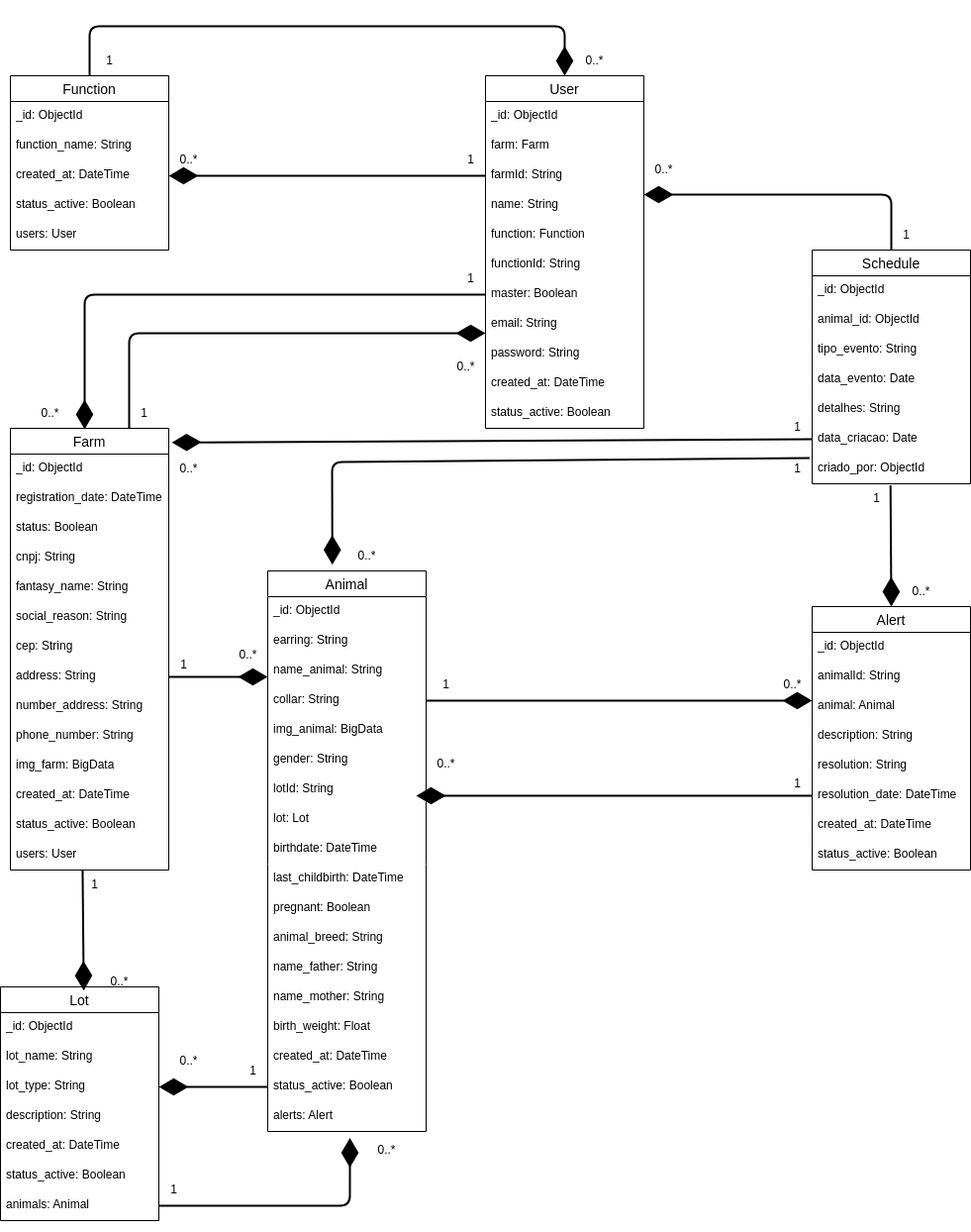
FatecFranca/DSM-G05-PI3-2024-2 keeps this draw.io diagram as docs/NoAM.png. Above is the earlier version. Source tidied: cells renumbered, new cells last; positions are measured from the earlier drawing's top-left corner, leaving out a move shared by most shapes.
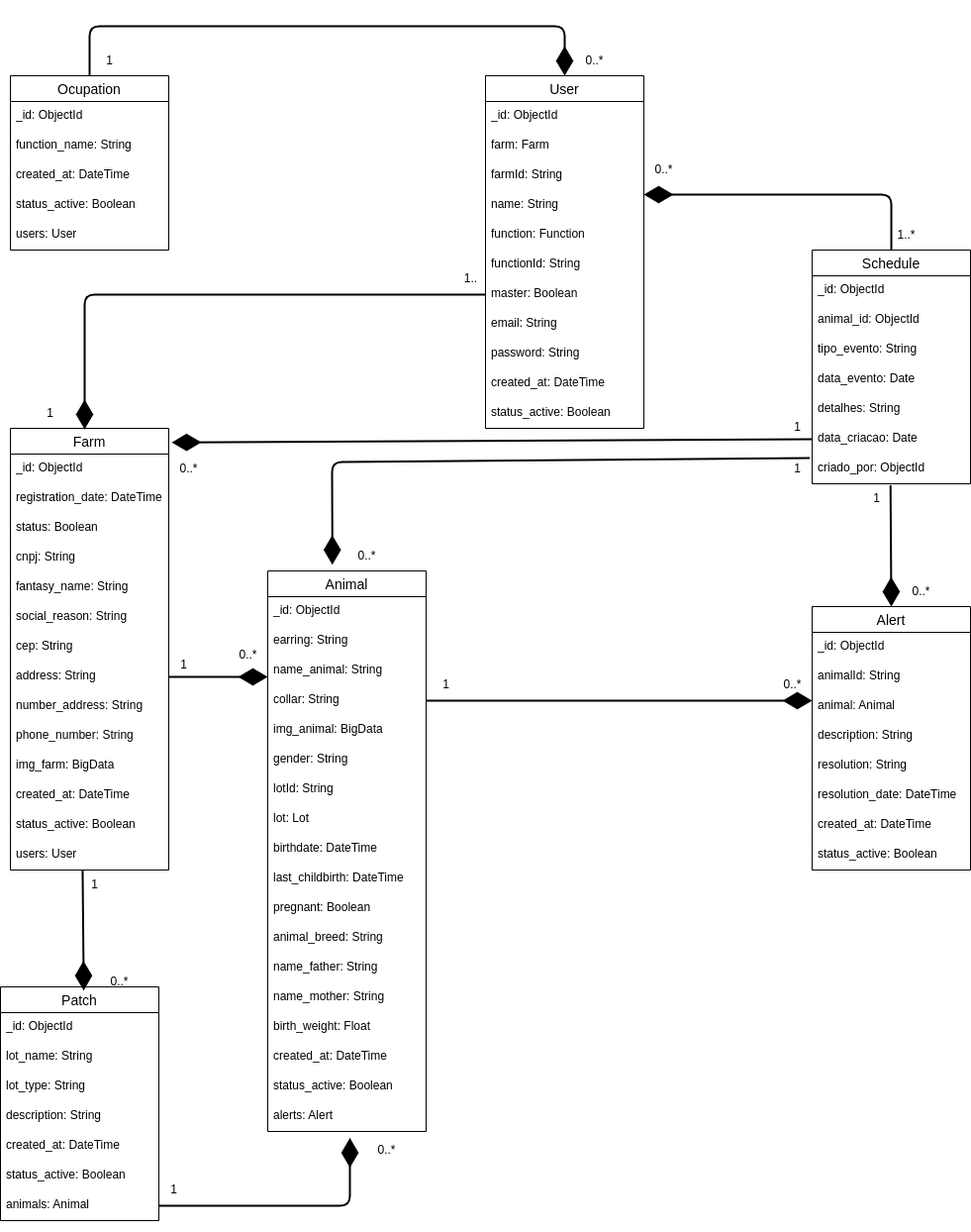
After the change.

Commit message:
Alteração SVG e PNG banco de dados

Change to the diagram source:
```diff
@@ -191,7 +191,7 @@
     <mxCell id="64" value="criado_por: ObjectId" style="text;strokeColor=none;fillColor=none;spacingLeft=4;spacingRight=4;overflow=hidden;points=[[0,0.5],[1,0.5]];portConstraint=eastwest;fontSize=12;whiteSpace=wrap;html=1;textShadow=1;" parent="57" vertex="1">
       <mxGeometry y="206" width="160" height="30" as="geometry" />
     </mxCell>
-    <mxCell id="65" value="Function" style="swimlane;fontStyle=0;horizontal=1;startSize=26;align=center;fontSize=14;textShadow=1;" parent="1" vertex="1">
+    <mxCell id="65" value="Ocupation" style="swimlane;fontStyle=0;horizontal=1;startSize=26;align=center;fontSize=14;textShadow=1;" parent="1" vertex="1">
       <mxGeometry x="10" y="50" width="160" height="176" as="geometry" />
     </mxCell>
     <mxCell id="66" value="_id: ObjectId" style="text;strokeColor=none;fillColor=none;spacingLeft=4;spacingRight=4;overflow=hidden;fontSize=12;whiteSpace=wrap;html=1;textShadow=1;" parent="65" vertex="1">
@@ -209,7 +209,7 @@
     <mxCell id="70" value="users: User" style="text;strokeColor=none;fillColor=none;spacingLeft=4;spacingRight=4;overflow=hidden;fontSize=12;whiteSpace=wrap;html=1;textShadow=1;" parent="65" vertex="1">
       <mxGeometry y="146" width="160" height="30" as="geometry" />
     </mxCell>
-    <mxCell id="71" value="Lot" style="swimlane;fontStyle=0;horizontal=1;startSize=26;align=center;fontSize=14;textShadow=1;" parent="1" vertex="1">
+    <mxCell id="71" value="Patch" style="swimlane;fontStyle=0;horizontal=1;startSize=26;align=center;fontSize=14;textShadow=1;" parent="1" vertex="1">
       <mxGeometry y="970" width="160" height="236" as="geometry" />
     </mxCell>
     <mxCell id="72" value="_id: ObjectId" style="text;strokeColor=none;fillColor=none;spacingLeft=4;spacingRight=4;overflow=hidden;fontSize=12;whiteSpace=wrap;html=1;textShadow=1;" parent="71" vertex="1">
@@ -248,18 +248,12 @@
     <mxCell id="83" value="0..*" style="text;html=1;align=center;verticalAlign=middle;strokeColor=none;fillColor=none;" parent="1" vertex="1">
       <mxGeometry x="580" y="20" width="40" height="30" as="geometry" />
     </mxCell>
-    <mxCell id="84" value="0..*" style="text;html=1;align=center;verticalAlign=middle;strokeColor=none;fillColor=none;" parent="1" vertex="1">
-      <mxGeometry x="170" y="120" width="40" height="30" as="geometry" />
-    </mxCell>
-    <mxCell id="85" value="0..*" style="text;html=1;align=center;verticalAlign=middle;strokeColor=none;fillColor=none;" parent="1" vertex="1">
-      <mxGeometry x="30" y="376" width="40" height="30" as="geometry" />
+    <mxCell id="85" value="1" style="text;html=1;align=center;verticalAlign=middle;strokeColor=none;fillColor=none;" parent="1" vertex="1">
+      <mxGeometry x="35" y="376" width="30" height="30" as="geometry" />
     </mxCell>
     <mxCell id="86" value="0..*" style="text;html=1;align=center;verticalAlign=middle;strokeColor=none;fillColor=none;" parent="1" vertex="1">
       <mxGeometry x="170" y="432" width="40" height="30" as="geometry" />
     </mxCell>
-    <mxCell id="87" value="0..*" style="text;html=1;align=center;verticalAlign=middle;strokeColor=none;fillColor=none;" parent="1" vertex="1">
-      <mxGeometry x="170" y="1030" width="40" height="30" as="geometry" />
-    </mxCell>
     <mxCell id="88" value="0..*" style="text;html=1;align=center;verticalAlign=middle;strokeColor=none;fillColor=none;" parent="1" vertex="1">
       <mxGeometry x="370" y="1120" width="40" height="30" as="geometry" />
     </mxCell>
@@ -283,20 +277,6 @@
         </Array>
       </mxGeometry>
     </mxCell>
-    <mxCell id="92" style="endArrow=diamondThin;endFill=1;endSize=24;html=1;strokeWidth=2;entryX=1;entryY=0.5;entryDx=0;entryDy=0;exitX=0;exitY=0.5;exitDx=0;exitDy=0;" parent="1" edge="1" source="5" target="68">
-      <mxGeometry relative="1" as="geometry" />
-    </mxCell>
-    <mxCell id="93" value="0..*" style="text;html=1;align=center;verticalAlign=middle;strokeColor=none;fillColor=none;" parent="1" vertex="1">
-      <mxGeometry x="450" y="329" width="40" height="30" as="geometry" />
-    </mxCell>
-    <mxCell id="94" style="endArrow=diamondThin;endFill=1;endSize=24;html=1;strokeWidth=2;exitX=0.75;exitY=0;exitDx=0;exitDy=0;" parent="1" edge="1" source="14">
-      <mxGeometry relative="1" as="geometry">
-        <mxPoint x="490" y="310" as="targetPoint" />
-        <Array as="points">
-          <mxPoint x="130" y="310" />
-        </Array>
-      </mxGeometry>
-    </mxCell>
     <mxCell id="95" style="endArrow=diamondThin;endFill=1;endSize=24;html=1;strokeWidth=2;exitX=0;exitY=0.5;exitDx=0;exitDy=0;" parent="1" edge="1" source="9">
       <mxGeometry relative="1" as="geometry">
         <mxPoint x="85" y="407" as="targetPoint" />
@@ -321,9 +301,6 @@
     <mxCell id="99" value="0..*" style="text;html=1;align=center;verticalAlign=middle;strokeColor=none;fillColor=none;" parent="1" vertex="1">
       <mxGeometry x="100" y="950" width="40" height="30" as="geometry" />
     </mxCell>
-    <mxCell id="100" style="endArrow=diamondThin;endFill=1;endSize=24;html=1;strokeWidth=2;exitX=0;exitY=0.5;exitDx=0;exitDy=0;entryX=1;entryY=0.5;entryDx=0;entryDy=0;" parent="1" edge="1" source="46" target="74">
-      <mxGeometry relative="1" as="geometry" />
-    </mxCell>
     <mxCell id="101" style="endArrow=diamondThin;endFill=1;endSize=24;html=1;strokeWidth=2;exitX=1;exitY=0.5;exitDx=0;exitDy=0;entryX=0.519;entryY=1.219;entryDx=0;entryDy=0;entryPerimeter=0;" parent="1" edge="1" source="78" target="47">
       <mxGeometry relative="1" as="geometry">
         <Array as="points">
@@ -331,17 +308,6 @@
         </Array>
       </mxGeometry>
     </mxCell>
-    <mxCell id="102" style="endArrow=diamondThin;endFill=1;endSize=24;html=1;strokeWidth=2;exitX=0;exitY=0.5;exitDx=0;exitDy=0;" parent="1" edge="1" source="54">
-      <mxGeometry relative="1" as="geometry">
-        <mxPoint x="420" y="777" as="targetPoint" />
-        <Array as="points">
-          <mxPoint x="610" y="777" />
-        </Array>
-      </mxGeometry>
-    </mxCell>
-    <mxCell id="103" value="0..*" style="text;html=1;align=center;verticalAlign=middle;strokeColor=none;fillColor=none;" parent="1" vertex="1">
-      <mxGeometry x="430" y="730" width="40" height="30" as="geometry" />
-    </mxCell>
     <mxCell id="104" style="endArrow=diamondThin;endFill=1;endSize=24;html=1;strokeWidth=2;exitX=1;exitY=0.5;exitDx=0;exitDy=0;" parent="1" edge="1" source="33">
       <mxGeometry relative="1" as="geometry">
         <mxPoint x="820" y="681" as="targetPoint" />
@@ -360,33 +326,21 @@
     <mxCell id="107" value="1" style="text;html=1;align=center;verticalAlign=middle;strokeColor=none;fillColor=none;" parent="1" vertex="1">
       <mxGeometry x="95" y="20" width="30" height="30" as="geometry" />
     </mxCell>
-    <mxCell id="108" value="1" style="text;html=1;align=center;verticalAlign=middle;strokeColor=none;fillColor=none;" parent="1" vertex="1">
-      <mxGeometry x="460" y="120" width="30" height="30" as="geometry" />
-    </mxCell>
-    <mxCell id="109" value="1" style="text;html=1;align=center;verticalAlign=middle;strokeColor=none;fillColor=none;" parent="1" vertex="1">
-      <mxGeometry x="460" y="240" width="30" height="30" as="geometry" />
+    <mxCell id="109" value="1.." style="text;html=1;align=center;verticalAlign=middle;strokeColor=none;fillColor=none;" parent="1" vertex="1">
+      <mxGeometry x="455" y="240" width="40" height="30" as="geometry" />
     </mxCell>
-    <mxCell id="110" value="1" style="text;html=1;align=center;verticalAlign=middle;strokeColor=none;fillColor=none;" parent="1" vertex="1">
-      <mxGeometry x="130" y="376" width="30" height="30" as="geometry" />
-    </mxCell>
     <mxCell id="111" value="1" style="text;html=1;align=center;verticalAlign=middle;strokeColor=none;fillColor=none;" parent="1" vertex="1">
       <mxGeometry x="170" y="630" width="30" height="30" as="geometry" />
     </mxCell>
     <mxCell id="112" value="1" style="text;html=1;align=center;verticalAlign=middle;strokeColor=none;fillColor=none;" parent="1" vertex="1">
       <mxGeometry x="80" y="852" width="30" height="30" as="geometry" />
     </mxCell>
-    <mxCell id="113" value="1" style="text;html=1;align=center;verticalAlign=middle;strokeColor=none;fillColor=none;" parent="1" vertex="1">
-      <mxGeometry x="240" y="1040" width="30" height="30" as="geometry" />
-    </mxCell>
     <mxCell id="114" value="1" style="text;html=1;align=center;verticalAlign=middle;strokeColor=none;fillColor=none;" parent="1" vertex="1">
       <mxGeometry x="160" y="1160" width="30" height="30" as="geometry" />
     </mxCell>
     <mxCell id="115" value="1" style="text;html=1;align=center;verticalAlign=middle;strokeColor=none;fillColor=none;" parent="1" vertex="1">
       <mxGeometry x="435" y="650" width="30" height="30" as="geometry" />
     </mxCell>
-    <mxCell id="116" value="1" style="text;html=1;align=center;verticalAlign=middle;strokeColor=none;fillColor=none;" parent="1" vertex="1">
-      <mxGeometry x="790" y="750" width="30" height="30" as="geometry" />
-    </mxCell>
     <mxCell id="117" value="1" style="text;html=1;align=center;verticalAlign=middle;strokeColor=none;fillColor=none;" parent="1" vertex="1">
       <mxGeometry x="870" y="462" width="30" height="30" as="geometry" />
     </mxCell>
@@ -396,8 +350,8 @@
     <mxCell id="119" value="1" style="text;html=1;align=center;verticalAlign=middle;strokeColor=none;fillColor=none;" parent="1" vertex="1">
       <mxGeometry x="790" y="390" width="30" height="30" as="geometry" />
     </mxCell>
-    <mxCell id="120" value="1" style="text;html=1;align=center;verticalAlign=middle;strokeColor=none;fillColor=none;" parent="1" vertex="1">
-      <mxGeometry x="900" y="196" width="30" height="30" as="geometry" />
+    <mxCell id="120" value="1..*" style="text;html=1;align=center;verticalAlign=middle;strokeColor=none;fillColor=none;" parent="1" vertex="1">
+      <mxGeometry x="895" y="196" width="40" height="30" as="geometry" />
     </mxCell>
   </root>
 </mxGraphModel>
```
